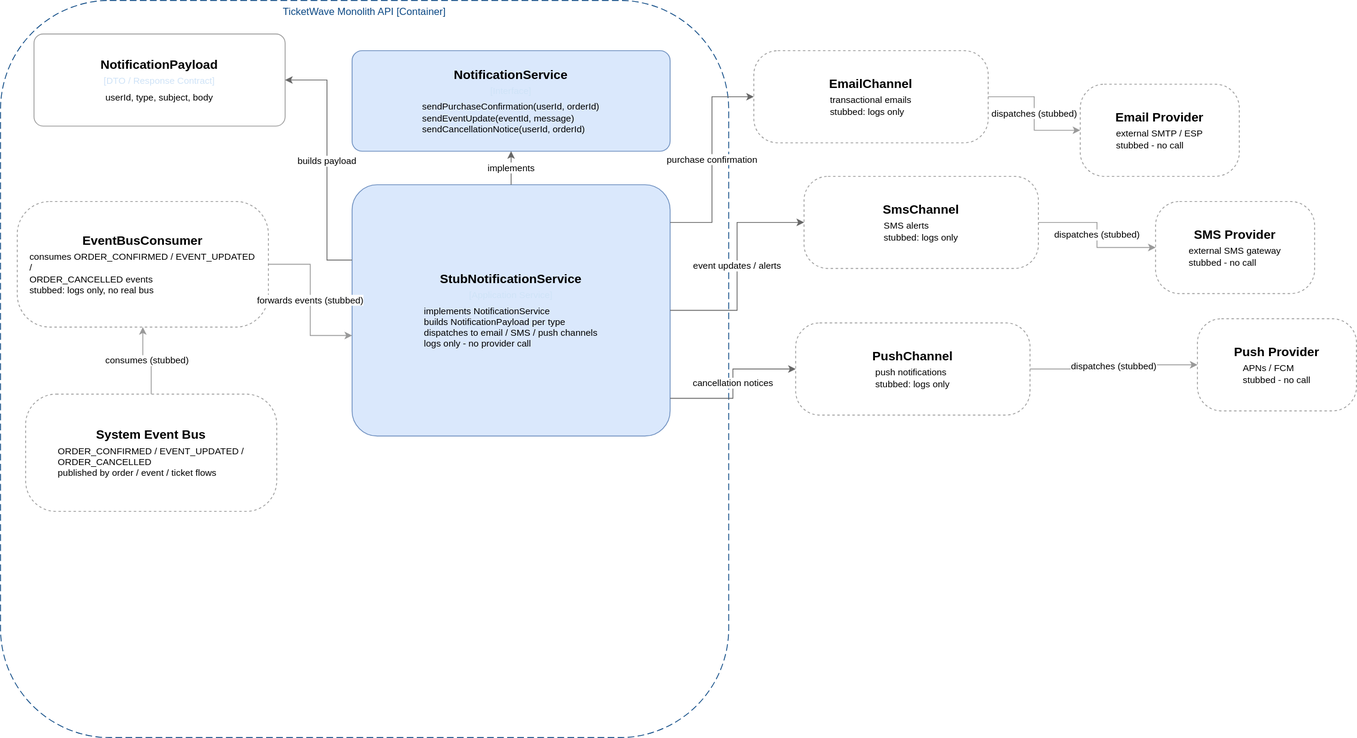
Earlier version of the draw.io export diagrams/c4model/ticketwave-c3-notifications-service.drawio.svg (Juanchoque1206/soe-TicketWave). Source tidied: cells renumbered, new cells last; positions are measured from the earlier drawing's top-left corner, leaving out a move shared by most shapes.
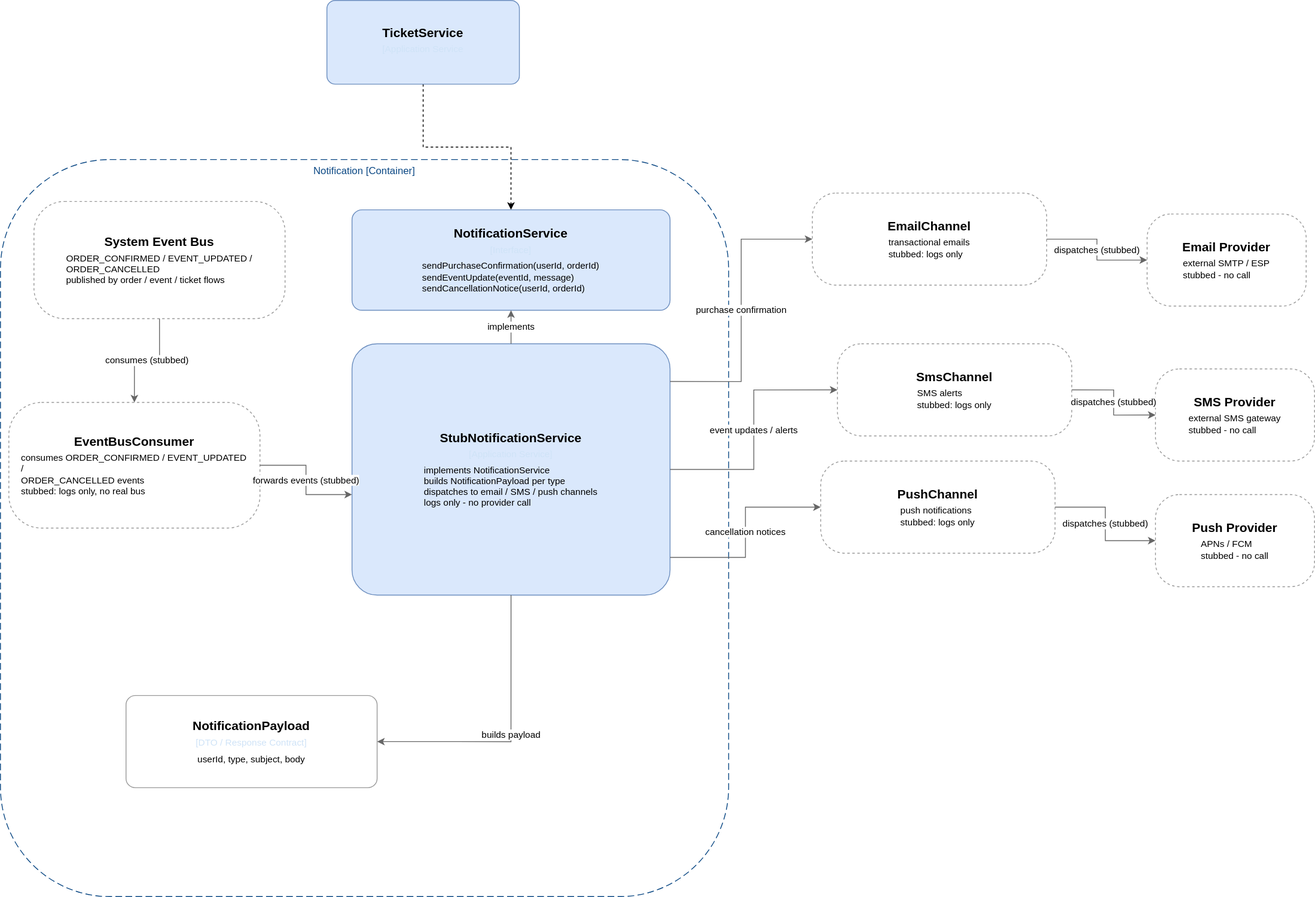
After the change.

The edit, as a diff of the source:
```diff
@@ -2,17 +2,17 @@
   <root>
     <mxCell id="0" />
     <mxCell id="1" parent="0" />
-    <mxCell id="2" value="TicketWave Monolith API [Container]" style="group;rounded=1;whiteSpace=wrap;html=1;dashed=1;strokeColor=#0b4884;fillColor=none;fontColor=#0b4884;dashPattern=8 4;" parent="1" vertex="1">
+    <mxCell id="2" value="Notification&amp;nbsp;[Container]" style="group;rounded=1;whiteSpace=wrap;html=1;dashed=1;strokeColor=#0b4884;fillColor=none;fontColor=#0b4884;dashPattern=8 4;" parent="1" vertex="1">
       <mxGeometry width="870" height="880" as="geometry" />
     </mxCell>
     <mxCell id="3" value="&lt;div style=&quot;border-color: rgb(218, 220, 224); font-size: 15px; font-weight: bold; margin-bottom: 4px;&quot;&gt;NotificationPayload&lt;/div&gt;&lt;div style=&quot;border-color: rgb(218, 220, 224); font-size: 11px; color: rgb(207, 227, 247); margin-bottom: 6px;&quot;&gt;[DTO / Response Contract]&lt;/div&gt;&lt;div style=&quot;border-color: rgb(218, 220, 224); font-size: 11px; text-align: left; padding: 0px 14px;&quot;&gt;userId, type, subject, body&lt;/div&gt;" style="rounded=1;whiteSpace=wrap;html=1;fillColor=#ffffff;strokeColor=#999999;arcSize=10;" parent="1" vertex="1">
-      <mxGeometry x="40" y="40" width="300" height="110" as="geometry" />
+      <mxGeometry x="150" y="640" width="300" height="110" as="geometry" />
     </mxCell>
     <mxCell id="4" value="&lt;div style=&quot;border-color: rgb(218, 220, 224); font-size: 15px; font-weight: bold; margin-bottom: 4px;&quot;&gt;EventBusConsumer&lt;/div&gt;&lt;div style=&quot;border-color: rgb(218, 220, 224); font-size: 11px; text-align: left; padding: 0px 14px;&quot;&gt;consumes ORDER_CONFIRMED / EVENT_UPDATED /&lt;/div&gt;&lt;div style=&quot;border-color: rgb(218, 220, 224); font-size: 11px; text-align: left; padding: 0px 14px;&quot;&gt;ORDER_CANCELLED events&lt;/div&gt;&lt;div style=&quot;border-color: rgb(218, 220, 224); font-size: 11px; text-align: left; padding: 0px 14px;&quot;&gt;stubbed: logs only, no real bus&lt;/div&gt;" style="rounded=1;whiteSpace=wrap;html=1;fillColor=#ffffff;strokeColor=#999999;dashed=1;arcSize=26;" parent="1" vertex="1">
-      <mxGeometry x="20" y="240" width="300" height="150" as="geometry" />
+      <mxGeometry x="10" y="290" width="300" height="150" as="geometry" />
     </mxCell>
     <mxCell id="5" value="&lt;div style=&quot;border-color: rgb(218, 220, 224); font-size: 15px; font-weight: bold; margin-bottom: 4px;&quot;&gt;System Event Bus&lt;/div&gt;&lt;div style=&quot;border-color: rgb(218, 220, 224); font-size: 11px; text-align: left; padding: 0px 14px;&quot;&gt;ORDER_CONFIRMED / EVENT_UPDATED /&lt;/div&gt;&lt;div style=&quot;border-color: rgb(218, 220, 224); font-size: 11px; text-align: left; padding: 0px 14px;&quot;&gt;ORDER_CANCELLED&lt;/div&gt;&lt;div style=&quot;border-color: rgb(218, 220, 224); font-size: 11px; text-align: left; padding: 0px 14px;&quot;&gt;published by order / event / ticket flows&lt;/div&gt;" style="rounded=1;whiteSpace=wrap;html=1;fillColor=#ffffff;strokeColor=#999999;dashed=1;arcSize=26;" parent="1" vertex="1">
-      <mxGeometry x="30" y="470" width="300" height="140" as="geometry" />
+      <mxGeometry x="40" y="50" width="300" height="140" as="geometry" />
     </mxCell>
     <mxCell id="6" value="&lt;div style=&quot;border-color: rgb(218, 220, 224); font-size: 15px; font-weight: bold; margin-bottom: 4px;&quot;&gt;NotificationService&lt;/div&gt;&lt;div style=&quot;border-color: rgb(218, 220, 224); font-size: 11px; color: rgb(207, 227, 247); margin-bottom: 6px;&quot;&gt;[Interface]&lt;/div&gt;&lt;div style=&quot;border-color: rgb(218, 220, 224); font-size: 11px; text-align: left; padding: 0px 14px;&quot;&gt;sendPurchaseConfirmation(userId, orderId)&lt;/div&gt;&lt;div style=&quot;border-color: rgb(218, 220, 224); font-size: 11px; text-align: left; padding: 0px 14px;&quot;&gt;sendEventUpdate(eventId, message)&lt;/div&gt;&lt;div style=&quot;border-color: rgb(218, 220, 224); font-size: 11px; text-align: left; padding: 0px 14px;&quot;&gt;sendCancellationNotice(userId, orderId)&lt;/div&gt;" style="rounded=1;whiteSpace=wrap;html=1;fillColor=#dae8fc;strokeColor=#6c8ebf;arcSize=10;" parent="1" vertex="1">
       <mxGeometry x="420" y="60" width="380" height="120" as="geometry" />
@@ -21,38 +21,33 @@
       <mxGeometry x="420" y="220" width="380" height="300" as="geometry" />
     </mxCell>
     <mxCell id="8" value="&lt;div style=&quot;border-color: rgb(218, 220, 224); font-size: 15px; font-weight: bold; margin-bottom: 4px;&quot;&gt;EmailChannel&lt;/div&gt;&lt;div style=&quot;border-color: rgb(218, 220, 224); font-size: 11px; text-align: left; padding: 0px 14px;&quot;&gt;transactional emails&lt;/div&gt;&lt;div style=&quot;border-color: rgb(218, 220, 224); font-size: 11px; text-align: left; padding: 0px 14px;&quot;&gt;stubbed: logs only&lt;/div&gt;" style="rounded=1;whiteSpace=wrap;html=1;fillColor=#ffffff;strokeColor=#999999;dashed=1;arcSize=26;" parent="1" vertex="1">
-      <mxGeometry x="900" y="60" width="280" height="110" as="geometry" />
+      <mxGeometry x="970" y="40" width="280" height="110" as="geometry" />
     </mxCell>
     <mxCell id="9" value="&lt;div style=&quot;border-color: rgb(218, 220, 224); font-size: 15px; font-weight: bold; margin-bottom: 4px;&quot;&gt;SmsChannel&lt;/div&gt;&lt;div style=&quot;border-color: rgb(218, 220, 224); font-size: 11px; text-align: left; padding: 0px 14px;&quot;&gt;SMS alerts&lt;/div&gt;&lt;div style=&quot;border-color: rgb(218, 220, 224); font-size: 11px; text-align: left; padding: 0px 14px;&quot;&gt;stubbed: logs only&lt;/div&gt;" style="rounded=1;whiteSpace=wrap;html=1;fillColor=#ffffff;strokeColor=#999999;dashed=1;arcSize=26;" parent="1" vertex="1">
-      <mxGeometry x="960" y="210" width="280" height="110" as="geometry" />
+      <mxGeometry x="1000" y="220" width="280" height="110" as="geometry" />
     </mxCell>
     <mxCell id="10" value="&lt;div style=&quot;border-color: rgb(218, 220, 224); font-size: 15px; font-weight: bold; margin-bottom: 4px;&quot;&gt;PushChannel&lt;/div&gt;&lt;div style=&quot;border-color: rgb(218, 220, 224); font-size: 11px; text-align: left; padding: 0px 14px;&quot;&gt;push notifications&lt;/div&gt;&lt;div style=&quot;border-color: rgb(218, 220, 224); font-size: 11px; text-align: left; padding: 0px 14px;&quot;&gt;stubbed: logs only&lt;/div&gt;" style="rounded=1;whiteSpace=wrap;html=1;fillColor=#ffffff;strokeColor=#999999;dashed=1;arcSize=26;" parent="1" vertex="1">
-      <mxGeometry x="950" y="385" width="280" height="110" as="geometry" />
+      <mxGeometry x="980" y="360" width="280" height="110" as="geometry" />
     </mxCell>
     <mxCell id="11" value="&lt;div style=&quot;border-color: rgb(218, 220, 224); font-size: 15px; font-weight: bold; margin-bottom: 4px;&quot;&gt;Email Provider&lt;/div&gt;&lt;div style=&quot;border-color: rgb(218, 220, 224); font-size: 11px; text-align: left; padding: 0px 14px;&quot;&gt;external SMTP / ESP&lt;/div&gt;&lt;div style=&quot;border-color: rgb(218, 220, 224); font-size: 11px; text-align: left; padding: 0px 14px;&quot;&gt;stubbed - no call&lt;/div&gt;" style="rounded=1;whiteSpace=wrap;html=1;fillColor=#ffffff;strokeColor=#999999;dashed=1;arcSize=26;" parent="1" vertex="1">
-      <mxGeometry x="1290" y="100" width="190" height="110" as="geometry" />
+      <mxGeometry x="1370" y="65" width="190" height="110" as="geometry" />
     </mxCell>
     <mxCell id="12" value="&lt;div style=&quot;border-color: rgb(218, 220, 224); font-size: 15px; font-weight: bold; margin-bottom: 4px;&quot;&gt;SMS Provider&lt;/div&gt;&lt;div style=&quot;border-color: rgb(218, 220, 224); font-size: 11px; text-align: left; padding: 0px 14px;&quot;&gt;external SMS gateway&lt;/div&gt;&lt;div style=&quot;border-color: rgb(218, 220, 224); font-size: 11px; text-align: left; padding: 0px 14px;&quot;&gt;stubbed - no call&lt;/div&gt;" style="rounded=1;whiteSpace=wrap;html=1;fillColor=#ffffff;strokeColor=#999999;dashed=1;arcSize=26;" parent="1" vertex="1">
-      <mxGeometry x="1380" y="240" width="190" height="110" as="geometry" />
+      <mxGeometry x="1380" y="250" width="190" height="110" as="geometry" />
     </mxCell>
     <mxCell id="13" value="&lt;div style=&quot;border-color: rgb(218, 220, 224); font-size: 15px; font-weight: bold; margin-bottom: 4px;&quot;&gt;Push Provider&lt;/div&gt;&lt;div style=&quot;border-color: rgb(218, 220, 224); font-size: 11px; text-align: left; padding: 0px 14px;&quot;&gt;APNs / FCM&lt;/div&gt;&lt;div style=&quot;border-color: rgb(218, 220, 224); font-size: 11px; text-align: left; padding: 0px 14px;&quot;&gt;stubbed - no call&lt;/div&gt;" style="rounded=1;whiteSpace=wrap;html=1;fillColor=#ffffff;strokeColor=#999999;dashed=1;arcSize=26;" parent="1" vertex="1">
-      <mxGeometry x="1430" y="380" width="190" height="110" as="geometry" />
+      <mxGeometry x="1380" y="400" width="190" height="110" as="geometry" />
     </mxCell>
     <mxCell id="14" value="implements" style="edgeStyle=orthogonalEdgeStyle;rounded=0;html=1;strokeColor=#666666;exitX=0.5;exitY=0;entryX=0.5;entryY=1;" parent="1" edge="1" source="7" target="6">
       <mxGeometry relative="1" as="geometry" />
     </mxCell>
-    <mxCell id="15" value="builds payload" style="edgeStyle=orthogonalEdgeStyle;rounded=0;html=1;strokeColor=#666666;exitX=0;exitY=0.3;entryX=1;entryY=0.5;" parent="1" edge="1" source="7" target="3">
-      <mxGeometry relative="1" as="geometry">
-        <Array as="points">
-          <mxPoint x="390" y="310" />
-          <mxPoint x="390" y="95" />
-        </Array>
-      </mxGeometry>
+    <mxCell id="15" value="builds payload" style="edgeStyle=orthogonalEdgeStyle;rounded=0;html=1;strokeColor=#666666;exitX=0.5;exitY=1;entryX=1;entryY=0.5;exitDx=0;exitDy=0;" parent="1" edge="1" source="7" target="3">
+      <mxGeometry relative="1" as="geometry" />
     </mxCell>
-    <mxCell id="16" value="forwards events (stubbed)" style="edgeStyle=orthogonalEdgeStyle;rounded=0;html=1;strokeColor=#666666;strokeColor=#999999;exitX=1;exitY=0.5;entryX=0;entryY=0.6;" parent="1" edge="1" source="4" target="7">
+    <mxCell id="16" value="forwards events (stubbed)" style="edgeStyle=orthogonalEdgeStyle;rounded=0;html=1;strokeColor=#666666;exitX=1;exitY=0.5;entryX=0;entryY=0.6;" parent="1" edge="1" source="4" target="7">
       <mxGeometry relative="1" as="geometry" />
     </mxCell>
-    <mxCell id="17" value="consumes (stubbed)" style="edgeStyle=orthogonalEdgeStyle;rounded=0;html=1;strokeColor=#666666;strokeColor=#999999;exitX=0.5;exitY=0;entryX=0.5;entryY=1;" parent="1" edge="1" source="5" target="4">
+    <mxCell id="17" value="consumes (stubbed)" style="edgeStyle=orthogonalEdgeStyle;rounded=0;html=1;strokeColor=#666666;exitX=0.5;exitY=1;entryX=0.5;entryY=0;entryDx=0;entryDy=0;exitDx=0;exitDy=0;" parent="1" edge="1" source="5" target="4">
       <mxGeometry relative="1" as="geometry" />
     </mxCell>
     <mxCell id="18" value="purchase confirmation" style="edgeStyle=orthogonalEdgeStyle;rounded=0;html=1;strokeColor=#666666;exitX=1;exitY=0.15;entryX=0;entryY=0.5;" parent="1" edge="1" source="7" target="8">
@@ -64,14 +59,20 @@
     <mxCell id="20" value="cancellation notices" style="edgeStyle=orthogonalEdgeStyle;rounded=0;html=1;strokeColor=#666666;exitX=1;exitY=0.85;entryX=0;entryY=0.5;" parent="1" edge="1" source="7" target="10">
       <mxGeometry relative="1" as="geometry" />
     </mxCell>
-    <mxCell id="21" value="dispatches (stubbed)" style="edgeStyle=orthogonalEdgeStyle;rounded=0;html=1;strokeColor=#666666;strokeColor=#999999;exitX=1;exitY=0.5;entryX=0;entryY=0.5;" parent="1" edge="1" source="8" target="11">
+    <mxCell id="21" value="dispatches (stubbed)" style="edgeStyle=orthogonalEdgeStyle;rounded=0;html=1;strokeColor=#666666;exitX=1;exitY=0.5;entryX=0;entryY=0.5;" parent="1" edge="1" source="8" target="11">
       <mxGeometry relative="1" as="geometry" />
     </mxCell>
-    <mxCell id="22" value="dispatches (stubbed)" style="edgeStyle=orthogonalEdgeStyle;rounded=0;html=1;strokeColor=#666666;strokeColor=#999999;exitX=1;exitY=0.5;entryX=0;entryY=0.5;" parent="1" edge="1" source="9" target="12">
+    <mxCell id="22" value="dispatches (stubbed)" style="edgeStyle=orthogonalEdgeStyle;rounded=0;html=1;strokeColor=#666666;exitX=1;exitY=0.5;entryX=0;entryY=0.5;" parent="1" edge="1" source="9" target="12">
       <mxGeometry relative="1" as="geometry" />
     </mxCell>
-    <mxCell id="23" value="dispatches (stubbed)" style="edgeStyle=orthogonalEdgeStyle;rounded=0;html=1;strokeColor=#666666;strokeColor=#999999;exitX=1;exitY=0.5;entryX=0;entryY=0.5;" parent="1" edge="1" source="10" target="13">
+    <mxCell id="23" value="dispatches (stubbed)" style="edgeStyle=orthogonalEdgeStyle;rounded=0;html=1;strokeColor=#666666;exitX=1;exitY=0.5;entryX=0;entryY=0.5;entryDx=0;entryDy=0;exitDx=0;exitDy=0;" parent="1" edge="1" source="10" target="13">
       <mxGeometry relative="1" as="geometry" />
     </mxCell>
+    <mxCell id="24" style="edgeStyle=orthogonalEdgeStyle;rounded=0;jettySize=auto;html=1;dashed=1;" parent="1" edge="1" source="25" target="6">
+      <mxGeometry relative="1" as="geometry" />
+    </mxCell>
+    <mxCell id="25" value="&lt;div style=&quot;border-color: rgb(218, 220, 224); font-size: 15px; font-weight: bold; margin-bottom: 4px;&quot;&gt;TicketService&lt;/div&gt;&lt;div style=&quot;border-color: rgb(218, 220, 224); font-size: 11px; color: rgb(207, 227, 247); margin-bottom: 6px;&quot;&gt;[Application Service&lt;/div&gt;&lt;div style=&quot;border-color: rgb(218, 220, 224); font-size: 11px; text-align: left; padding: 0px 14px;&quot;&gt;&lt;/div&gt;" style="rounded=1;whiteSpace=wrap;html=1;fillColor=#dae8fc;strokeColor=#6c8ebf;arcSize=10;" parent="1" vertex="1">
+      <mxGeometry x="390" y="-190" width="230" height="100" as="geometry" />
+    </mxCell>
   </root>
 </mxGraphModel>
```
